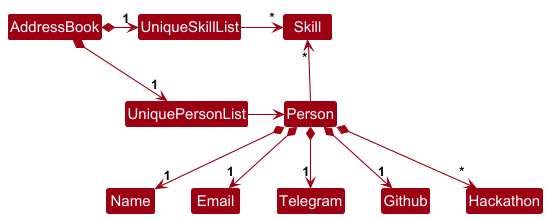
The PlantUML diagram docs/images/BetterModelClassDiagram.png in AY2526S1-CS2103T-F08b-2/tp, before a commit.
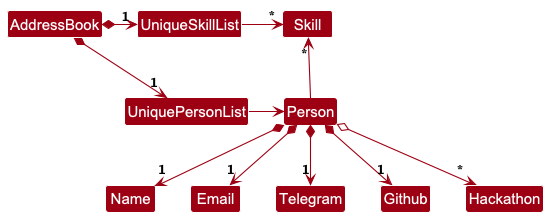
The same diagram one commit later.

Change to the diagram source:
```diff
@@ -18,5 +18,5 @@
 Person *--> "1"Email
 Person *--> "1"Telegram
 Person *--> "1"Github
-Person *--> "*"Hackathon
+Person o--> "*"Hackathon
 @enduml
```
